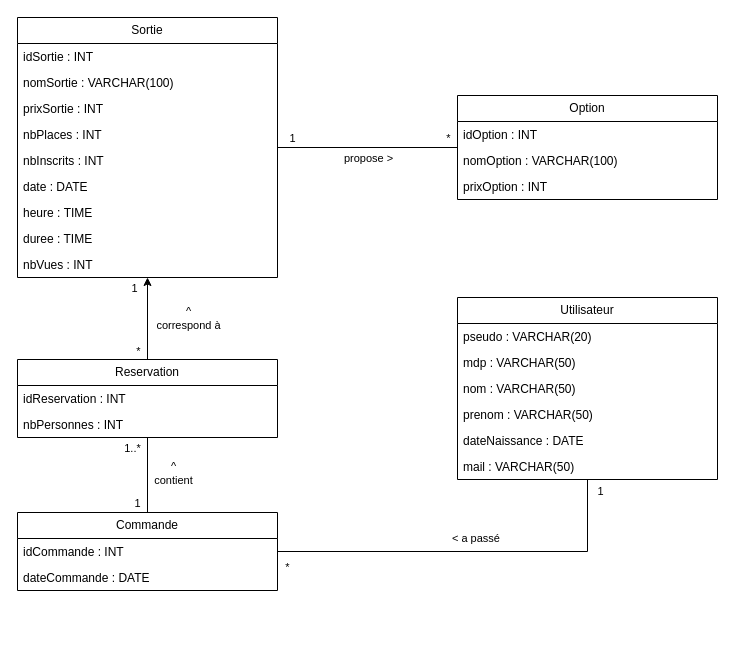
This is doc/baseDeDonnees/Schema_BDD_MySQL.drawio from Garcia-Christophe/TourGo, a draw.io file, before an edit. Source tidied: cells renumbered, new cells numbered last; positions are measured from the earlier drawing's top-left corner, leaving out a move shared by most shapes. Both pictures are drawn from the tidied source at 100%, with x=0, y=0 at pixel (17, 17).
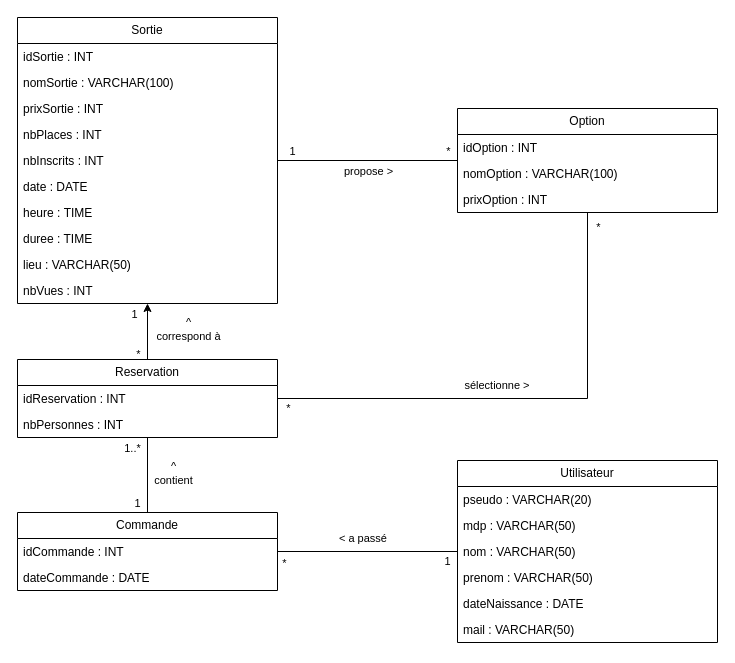
Above is the later version.

Commit message:
chore(shema_bdd_mysql): ajout de la liaison entre Reservation et Option

Unchanged cells that the change refers to:
```xml
<mxCell id="27" style="edgeStyle=orthogonalEdgeStyle;rounded=0;jettySize=auto;html=1;endArrow=none;endFill=0;" parent="1" edge="1" source="35" target="20">
  <mxGeometry relative="1" as="geometry" />
</mxCell>
<mxCell id="38" style="edgeStyle=orthogonalEdgeStyle;rounded=0;jettySize=auto;html=1;" parent="1" edge="1" source="42" target="6">
  <mxGeometry relative="1" as="geometry" />
</mxCell>
<mxCell id="43" value="idReservation : INT" style="text;strokeColor=none;fillColor=none;align=left;verticalAlign=top;spacingLeft=4;spacingRight=4;overflow=hidden;points=[[0,0.5],[1,0.5]];portConstraint=eastwest;whiteSpace=wrap;html=1;" parent="42" vertex="1">
  <mxGeometry y="26" width="260" height="26" as="geometry" />
</mxCell>
```

Change to the diagram source:
```diff
@@
     <mxCell id="6" value="Sortie" style="swimlane;fontStyle=0;horizontal=1;startSize=26;fillColor=none;whiteSpace=wrap;html=1;" parent="1" vertex="1">
-      <mxGeometry width="260" height="260" as="geometry" />
+      <mxGeometry width="260" height="286" as="geometry" />
     </mxCell>
@@
+    <mxCell id="45" value="lieu : VARCHAR(50)" style="text;strokeColor=none;fillColor=none;align=left;verticalAlign=top;spacingLeft=4;spacingRight=4;overflow=hidden;whiteSpace=wrap;html=1;" parent="6" vertex="1">
+      <mxGeometry y="234" width="260" height="26" as="geometry" />
+    </mxCell>
     <mxCell id="15" value="nbVues : INT" style="text;strokeColor=none;fillColor=none;align=left;verticalAlign=top;spacingLeft=4;spacingRight=4;overflow=hidden;whiteSpace=wrap;html=1;" parent="6" vertex="1">
-      <mxGeometry y="234" width="260" height="26" as="geometry" />
+      <mxGeometry y="260" width="260" height="26" as="geometry" />
     </mxCell>
     <mxCell id="16" value="Option" style="swimlane;fontStyle=0;horizontal=1;startSize=26;fillColor=none;whiteSpace=wrap;html=1;" parent="1" vertex="1">
-      <mxGeometry x="440" y="78" width="260" height="104" as="geometry" />
+      <mxGeometry x="440" y="91" width="260" height="104" as="geometry" />
     </mxCell>
@@
     <mxCell id="20" value="Utilisateur" style="swimlane;fontStyle=0;horizontal=1;startSize=26;fillColor=none;whiteSpace=wrap;html=1;" parent="1" vertex="1">
-      <mxGeometry x="440" y="280" width="260" height="182" as="geometry" />
+      <mxGeometry x="440" y="443" width="260" height="182" as="geometry" />
     </mxCell>
@@
     <mxCell id="28" value="1" style="edgeLabel;html=1;align=center;verticalAlign=middle;" parent="27" vertex="1">
       <mxGeometry x="0.92" y="1" relative="1" as="geometry">
-        <mxPoint x="13" y="-4" as="offset" />
+        <mxPoint x="-4" y="10" as="offset" />
       </mxGeometry>
     </mxCell>
     <mxCell id="29" value="*" style="edgeLabel;html=1;align=center;verticalAlign=middle;" parent="27" vertex="1">
       <mxGeometry x="-0.91" y="1" relative="1" as="geometry">
-        <mxPoint x="-8" y="16" as="offset" />
+        <mxPoint x="-2" y="12" as="offset" />
       </mxGeometry>
     </mxCell>
     <mxCell id="30" value="&amp;lt; a passé&amp;nbsp;" style="edgeLabel;html=1;align=center;verticalAlign=middle;" parent="27" vertex="1">
       <mxGeometry x="-0.05" relative="1" as="geometry">
-        <mxPoint x="18" y="-14" as="offset" />
+        <mxPoint y="-14" as="offset" />
       </mxGeometry>
     </mxCell>
@@
     <mxCell id="39" value="1" style="edgeLabel;html=1;align=center;verticalAlign=middle;" parent="38" vertex="1">
       <mxGeometry x="-0.38" y="-1" relative="1" as="geometry">
-        <mxPoint x="-15" y="-47" as="offset" />
+        <mxPoint x="-15" y="-29" as="offset" />
       </mxGeometry>
     </mxCell>
@@
+    <mxCell id="46" style="edgeStyle=orthogonalEdgeStyle;rounded=0;jettySize=auto;html=1;endArrow=none;endFill=0;" parent="1" edge="1" source="43" target="16">
+      <mxGeometry relative="1" as="geometry" />
+    </mxCell>
+    <mxCell id="47" value="*" style="edgeLabel;html=1;align=center;verticalAlign=middle;" parent="46" vertex="1">
+      <mxGeometry x="0.79" relative="1" as="geometry">
+        <mxPoint x="10" y="-38" as="offset" />
+      </mxGeometry>
+    </mxCell>
+    <mxCell id="48" value="*" style="edgeLabel;html=1;align=center;verticalAlign=middle;" parent="46" vertex="1">
+      <mxGeometry x="-0.28" y="-1" relative="1" as="geometry">
+        <mxPoint x="-169" y="8" as="offset" />
+      </mxGeometry>
+    </mxCell>
+    <mxCell id="49" value="sélectionne &amp;gt;&amp;nbsp;" style="edgeLabel;html=1;align=center;verticalAlign=middle;" parent="46" vertex="1">
+      <mxGeometry x="0.05" y="1" relative="1" as="geometry">
+        <mxPoint x="-40" y="-13" as="offset" />
+      </mxGeometry>
+    </mxCell>
```
